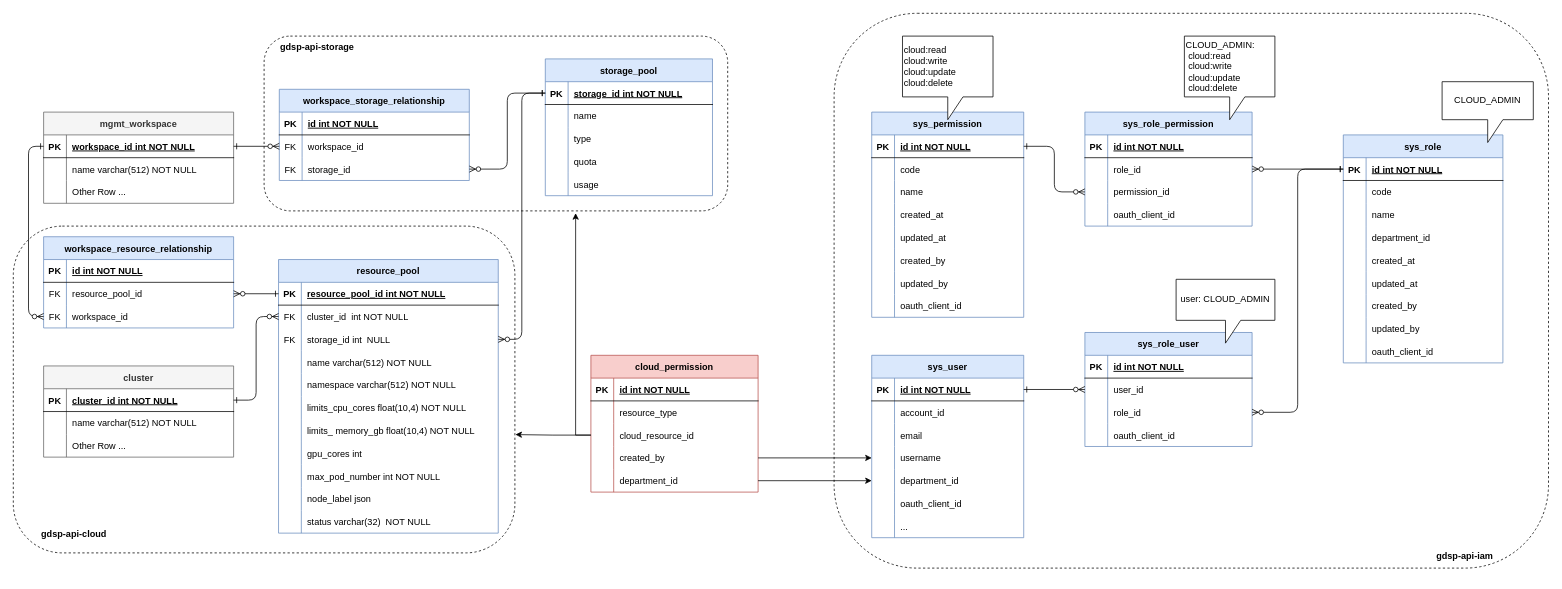
The draw.io diagram page "ER-graph" (5 of 9) of Resource_Pool2.drawio in LiuJin1203/graph, before the edit. Source tidied: cells renumbered, new cells numbered last; positions are measured from the earlier drawing's top-left corner, leaving out a move shared by most shapes. Both pictures are drawn from the tidied source at 76%, with x=0, y=0 at pixel (13, 13).
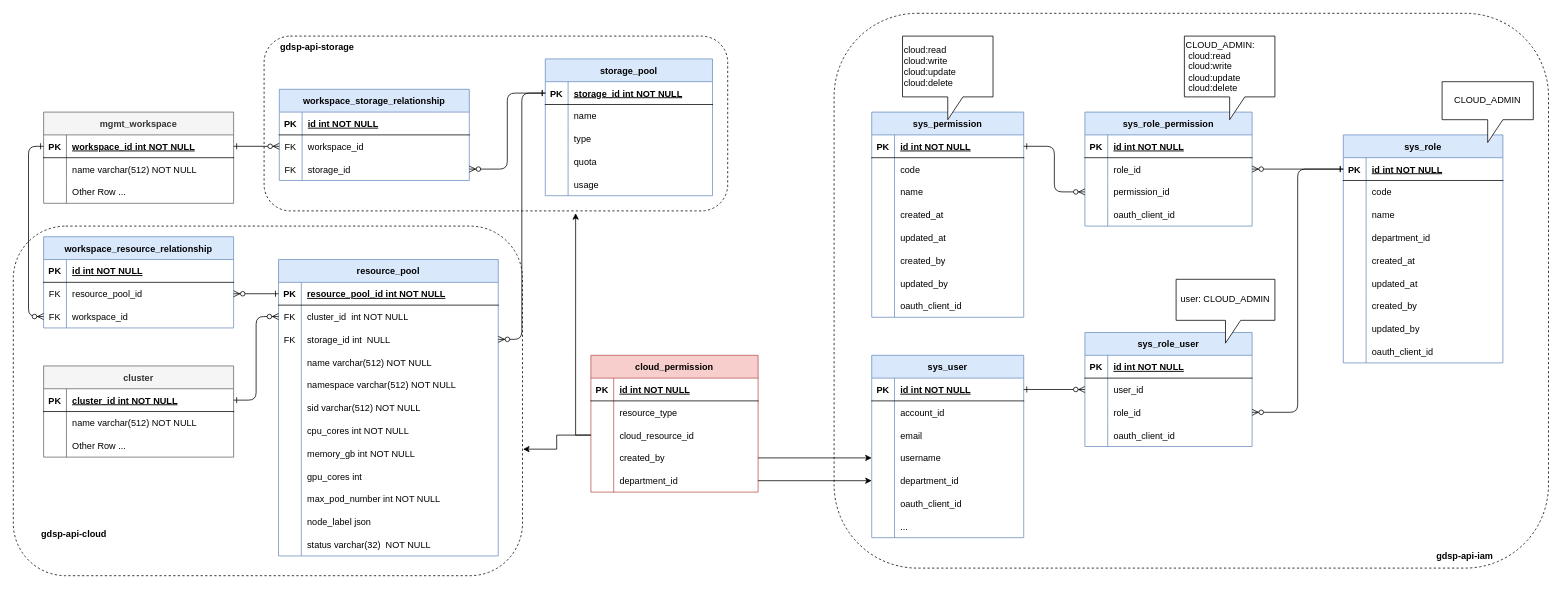
The same page after the edit.

What changed in the source:
```diff
@@
     <mxCell id="4" style="rounded=1;whiteSpace=wrap;html=1;strokeColor=#000000;fillColor=none;dashed=1;" parent="1" vertex="1">
-      <mxGeometry y="280" width="660" height="430" as="geometry" />
+      <mxGeometry y="280" width="670" height="460" as="geometry" />
     </mxCell>
     <mxCell id="5" value="resource_pool" style="shape=table;startSize=30;childLayout=tableLayout;rowLines=0;fontStyle=1;align=center;fillColor=#dae8fc;strokeColor=#6c8ebf;" parent="1" vertex="1">
-      <mxGeometry x="349" y="324" width="289.1" height="360" as="geometry" />
+      <mxGeometry x="349" y="324" width="289.1" height="390" as="geometry" />
     </mxCell>
@@
+    <mxCell id="233" style="shape=tableRow;horizontal=0;startSize=0;swimlaneHead=0;swimlaneBody=0;fillColor=none;top=0;left=0;right=0;bottom=0;dashed=1;fontSize=12;strokeColor=default;opacity=60;" parent="5" vertex="1">
+      <mxGeometry y="180" width="289.1" height="30" as="geometry" />
+    </mxCell>
+    <mxCell id="234" style="shape=partialRectangle;fillColor=none;top=0;left=0;bottom=0;right=0;overflow=hidden;dashed=1;fontSize=12;strokeColor=default;opacity=60;" parent="233" vertex="1">
+      <mxGeometry width="30" height="30" as="geometry" />
+    </mxCell>
+    <mxCell id="235" value="sid varchar(512) NOT NULL" style="shape=partialRectangle;fillColor=none;top=0;left=0;bottom=0;right=0;align=left;spacingLeft=6;overflow=hidden;dashed=1;fontSize=12;strokeColor=default;opacity=60;" parent="233" vertex="1">
+      <mxGeometry x="30" width="259.1" height="30" as="geometry" />
+    </mxCell>
     <mxCell id="21" style="shape=tableRow;horizontal=0;startSize=0;swimlaneHead=0;swimlaneBody=0;fillColor=none;top=0;left=0;right=0;bottom=0;" parent="5" vertex="1">
-      <mxGeometry y="180" width="289.1" height="30" as="geometry" />
+      <mxGeometry y="210" width="289.1" height="30" as="geometry" />
     </mxCell>
@@
-    <mxCell id="23" value="limits_cpu_cores float(10,4) NOT NULL" style="shape=partialRectangle;fillColor=none;top=0;left=0;bottom=0;right=0;align=left;spacingLeft=6;overflow=hidden;" parent="21" vertex="1">
+    <mxCell id="23" value="cpu_cores int NOT NULL" style="shape=partialRectangle;fillColor=none;top=0;left=0;bottom=0;right=0;align=left;spacingLeft=6;overflow=hidden;" parent="21" vertex="1">
       <mxGeometry x="30" width="259.1" height="30" as="geometry" />
     </mxCell>
     <mxCell id="24" style="shape=tableRow;horizontal=0;startSize=0;swimlaneHead=0;swimlaneBody=0;fillColor=none;top=0;left=0;right=0;bottom=0;" parent="5" vertex="1">
-      <mxGeometry y="210" width="289.1" height="30" as="geometry" />
+      <mxGeometry y="240" width="289.1" height="30" as="geometry" />
     </mxCell>
@@
-    <mxCell id="26" value="limits_ memory_gb float(10,4) NOT NULL" style="shape=partialRectangle;fillColor=none;top=0;left=0;bottom=0;right=0;align=left;spacingLeft=6;overflow=hidden;" parent="24" vertex="1">
+    <mxCell id="26" value="memory_gb int NOT NULL" style="shape=partialRectangle;fillColor=none;top=0;left=0;bottom=0;right=0;align=left;spacingLeft=6;overflow=hidden;" parent="24" vertex="1">
       <mxGeometry x="30" width="259.1" height="30" as="geometry" />
     </mxCell>
     <mxCell id="27" style="shape=tableRow;horizontal=0;startSize=0;swimlaneHead=0;swimlaneBody=0;fillColor=none;top=0;left=0;right=0;bottom=0;" parent="5" vertex="1">
-      <mxGeometry y="240" width="289.1" height="30" as="geometry" />
+      <mxGeometry y="270" width="289.1" height="30" as="geometry" />
     </mxCell>
@@
     <mxCell id="30" style="shape=tableRow;horizontal=0;startSize=0;swimlaneHead=0;swimlaneBody=0;fillColor=none;top=0;left=0;right=0;bottom=0;fontSize=12;strokeWidth=1;" parent="5" vertex="1">
-      <mxGeometry y="270" width="289.1" height="30" as="geometry" />
+      <mxGeometry y="300" width="289.1" height="30" as="geometry" />
     </mxCell>
@@
     <mxCell id="33" style="shape=tableRow;horizontal=0;startSize=0;swimlaneHead=0;swimlaneBody=0;fillColor=none;top=0;left=0;right=0;bottom=0;fontSize=12;strokeWidth=1;" parent="5" vertex="1">
-      <mxGeometry y="300" width="289.1" height="30" as="geometry" />
+      <mxGeometry y="330" width="289.1" height="30" as="geometry" />
     </mxCell>
@@
     <mxCell id="36" style="shape=tableRow;horizontal=0;startSize=0;swimlaneHead=0;swimlaneBody=0;fillColor=none;top=0;left=0;right=0;bottom=0;dashed=1;strokeColor=#000000;" parent="5" vertex="1">
-      <mxGeometry y="330" width="289.1" height="30" as="geometry" />
+      <mxGeometry y="360" width="289.1" height="30" as="geometry" />
     </mxCell>
```
